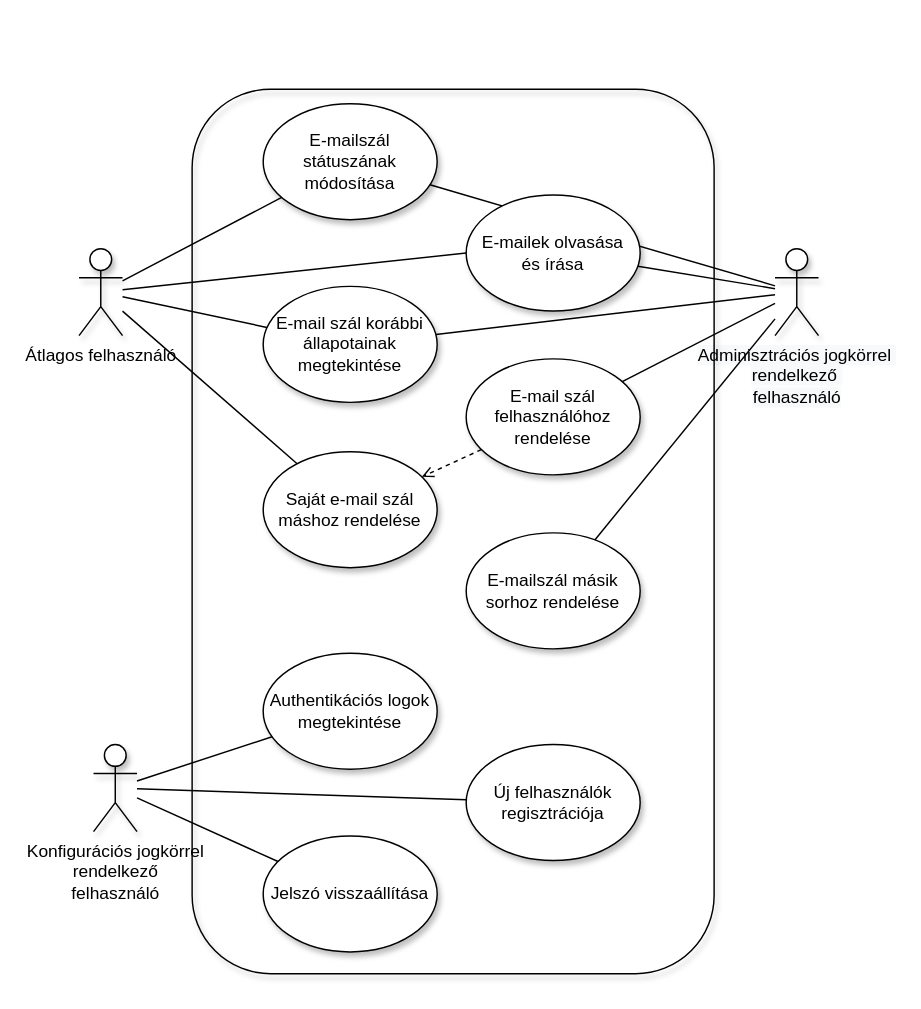
Before: docs/Figs/funkcio_diagram.drawio in balazsBole/szakdolgozat, a draw.io diagram. Source tidied: cells renumbered, new cells numbered last; positions are measured from the earlier drawing's top-left corner, leaving out a move shared by most shapes. Both pictures are drawn from the tidied source at 145%, with x=0, y=0 at pixel (78, 88).
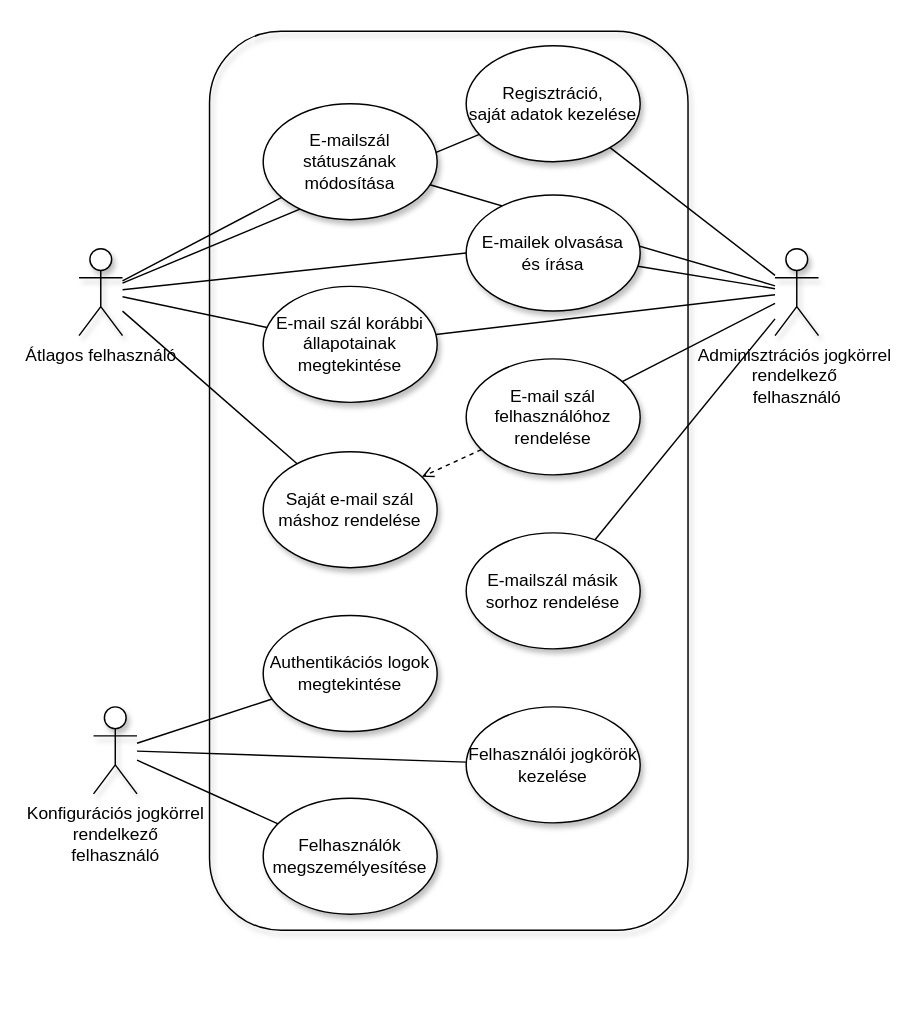
The same page after the edit.

Commit message (it also covers changes not shown here):
e-mail szálak kezelése

Unchanged cells that the change refers to:
```xml
<mxCell id="15" value="Átlagos felhasználó" style="shape=umlActor;verticalLabelPosition=bottom;verticalAlign=top;html=1;outlineConnect=0;shadow=1;" parent="1" vertex="1">
  <mxGeometry y="110" width="30" height="60" as="geometry" />
</mxCell>
```

What changed in the source:
```diff
@@
-    <mxCell id="5" value="&lt;span style=&quot;color: rgb(0 , 0 , 0) ; font-family: &amp;#34;helvetica&amp;#34; ; font-size: 12px ; font-style: normal ; font-weight: 400 ; letter-spacing: normal ; text-align: center ; text-indent: 0px ; text-transform: none ; word-spacing: 0px ; background-color: rgb(248 , 249 , 250) ; display: inline ; float: none&quot;&gt;Adminisztrációs jogkörrel&lt;span&gt;&amp;nbsp;&lt;/span&gt;&lt;/span&gt;&lt;br style=&quot;color: rgb(0 , 0 , 0) ; font-family: &amp;#34;helvetica&amp;#34; ; font-size: 12px ; font-style: normal ; font-weight: 400 ; letter-spacing: normal ; text-align: center ; text-indent: 0px ; text-transform: none ; word-spacing: 0px ; background-color: rgb(248 , 249 , 250)&quot;&gt;&lt;span style=&quot;color: rgb(0 , 0 , 0) ; font-family: &amp;#34;helvetica&amp;#34; ; font-size: 12px ; font-style: normal ; font-weight: 400 ; letter-spacing: normal ; text-align: center ; text-indent: 0px ; text-transform: none ; word-spacing: 0px ; background-color: rgb(248 , 249 , 250) ; display: inline ; float: none&quot;&gt;rendelkező&lt;span&gt;&amp;nbsp;&lt;/span&gt;&lt;/span&gt;&lt;br style=&quot;color: rgb(0 , 0 , 0) ; font-family: &amp;#34;helvetica&amp;#34; ; font-size: 12px ; font-style: normal ; font-weight: 400 ; letter-spacing: normal ; text-align: center ; text-indent: 0px ; text-transform: none ; word-spacing: 0px ; background-color: rgb(248 , 249 , 250)&quot;&gt;&lt;span style=&quot;color: rgb(0 , 0 , 0) ; font-family: &amp;#34;helvetica&amp;#34; ; font-size: 12px ; font-style: normal ; font-weight: 400 ; letter-spacing: normal ; text-align: center ; text-indent: 0px ; text-transform: none ; word-spacing: 0px ; background-color: rgb(248 , 249 , 250) ; display: inline ; float: none&quot;&gt;felhasználó&lt;/span&gt;" style="shape=umlActor;verticalLabelPosition=bottom;verticalAlign=top;html=1;outlineConnect=0;shadow=1;" parent="1" vertex="1">
+    <mxCell id="5" value="&lt;span style=&quot;font-family: helvetica; font-size: 12px; font-style: normal; font-weight: 400; letter-spacing: normal; text-align: center; text-indent: 0px; text-transform: none; word-spacing: 0px; display: inline; float: none;&quot;&gt;Adminisztrációs jogkörrel&lt;span&gt;&amp;nbsp;&lt;/span&gt;&lt;/span&gt;&lt;br style=&quot;font-family: helvetica; font-size: 12px; font-style: normal; font-weight: 400; letter-spacing: normal; text-align: center; text-indent: 0px; text-transform: none; word-spacing: 0px;&quot;&gt;&lt;span style=&quot;font-family: helvetica; font-size: 12px; font-style: normal; font-weight: 400; letter-spacing: normal; text-align: center; text-indent: 0px; text-transform: none; word-spacing: 0px; display: inline; float: none;&quot;&gt;rendelkező&lt;span&gt;&amp;nbsp;&lt;/span&gt;&lt;/span&gt;&lt;br style=&quot;font-family: helvetica; font-size: 12px; font-style: normal; font-weight: 400; letter-spacing: normal; text-align: center; text-indent: 0px; text-transform: none; word-spacing: 0px;&quot;&gt;&lt;span style=&quot;font-family: helvetica; font-size: 12px; font-style: normal; font-weight: 400; letter-spacing: normal; text-align: center; text-indent: 0px; text-transform: none; word-spacing: 0px; display: inline; float: none;&quot;&gt;felhasználó&lt;/span&gt;" style="shape=umlActor;verticalLabelPosition=bottom;verticalAlign=top;html=1;outlineConnect=0;shadow=1;labelBackgroundColor=none;" parent="1" vertex="1">
       <mxGeometry x="480" y="110" width="30" height="60" as="geometry" />
     </mxCell>
@@
+    <mxCell id="28" style="rounded=0;jettySize=auto;html=1;fontColor=#000000;endArrow=none;endFill=0;" parent="1" edge="1" source="15" target="30">
+      <mxGeometry relative="1" as="geometry" />
+    </mxCell>
@@
     <mxCell id="16" value="Konfigurációs jogkörrel &lt;br&gt;rendelkező &lt;br&gt;felhasználó" style="shape=umlActor;verticalLabelPosition=bottom;verticalAlign=top;html=1;outlineConnect=0;shadow=1;" parent="1" vertex="1">
-      <mxGeometry x="10" y="452" width="30" height="60" as="geometry" />
+      <mxGeometry x="10" y="426" width="30" height="60" as="geometry" />
     </mxCell>
     <mxCell id="17" style="rounded=1;whiteSpace=wrap;html=1;glass=0;sketch=0;shadow=1;fillColor=none;" parent="1" vertex="1">
-      <mxGeometry x="78" width="360" height="610" as="geometry" />
+      <mxGeometry x="90" y="-40" width="330" height="620" as="geometry" />
     </mxCell>
@@
     <mxCell id="25" value="Authentikációs logok megtekintése" style="ellipse;whiteSpace=wrap;html=1;rounded=1;shadow=1;glass=0;sketch=0;" parent="1" vertex="1">
-      <mxGeometry x="127" y="389" width="120" height="80" as="geometry" />
+      <mxGeometry x="127" y="363" width="120" height="80" as="geometry" />
     </mxCell>
-    <mxCell id="26" value="Új felhasználók regisztrációja" style="ellipse;whiteSpace=wrap;html=1;rounded=1;shadow=1;glass=0;sketch=0;" parent="1" vertex="1">
-      <mxGeometry x="267" y="452" width="120" height="80" as="geometry" />
+    <mxCell id="26" value="Felhasználói jogkörök&lt;br&gt;kezelése" style="ellipse;whiteSpace=wrap;html=1;rounded=1;shadow=1;glass=0;sketch=0;" parent="1" vertex="1">
+      <mxGeometry x="267" y="426" width="120" height="80" as="geometry" />
     </mxCell>
-    <mxCell id="27" value="Jelszó visszaállítása" style="ellipse;whiteSpace=wrap;html=1;rounded=1;shadow=1;glass=0;sketch=0;" parent="1" vertex="1">
-      <mxGeometry x="127" y="515" width="120" height="80" as="geometry" />
+    <mxCell id="27" value="Felhasználók megszemélyesítése" style="ellipse;whiteSpace=wrap;html=1;rounded=1;shadow=1;glass=0;sketch=0;" parent="1" vertex="1">
+      <mxGeometry x="127" y="489" width="120" height="80" as="geometry" />
     </mxCell>
+    <mxCell id="29" style="edgeStyle=none;rounded=0;jettySize=auto;html=1;endArrow=none;endFill=0;fontColor=#000000;" parent="1" edge="1" source="30" target="5">
+      <mxGeometry relative="1" as="geometry" />
+    </mxCell>
+    <mxCell id="30" value="Regisztráció,&lt;br&gt;saját adatok kezelése" style="ellipse;whiteSpace=wrap;html=1;rounded=1;shadow=1;glass=0;sketch=0;" parent="1" vertex="1">
+      <mxGeometry x="267" y="-30" width="120" height="80" as="geometry" />
+    </mxCell>
```
